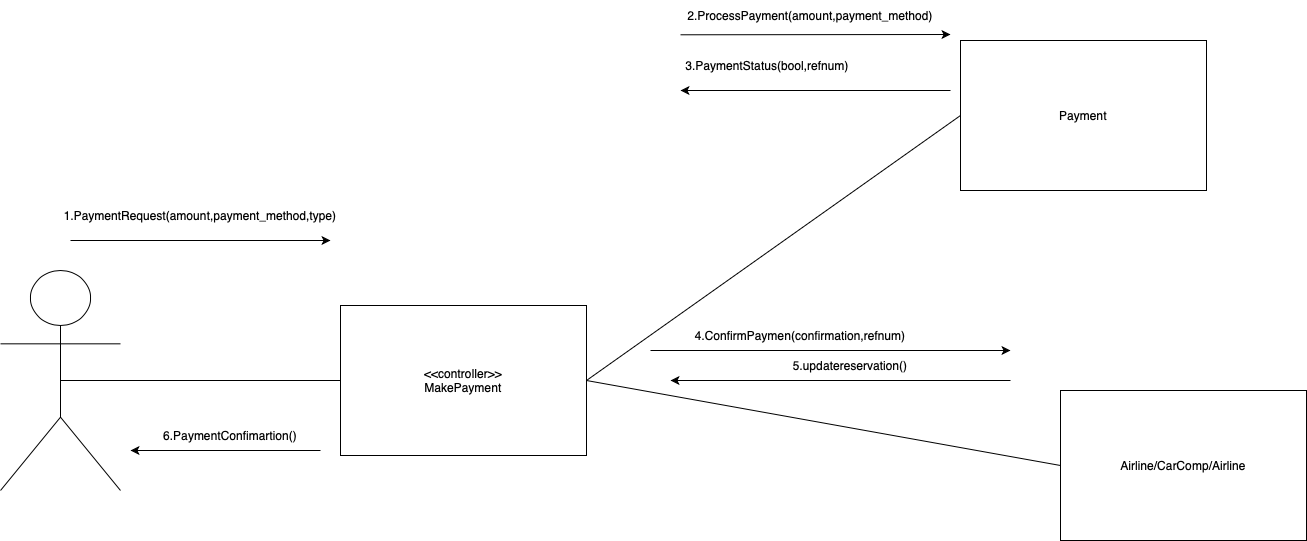
The draw.io diagram software engineering/deliverable 5/communication diagrams/makes payment.drawio.png in YousseFaltas/SW-Database-management, before a commit. Source tidied: cells renumbered, new cells last; positions are measured from the earlier drawing's top-left corner, leaving out a move shared by most shapes. The source it was exported from:
```xml
<mxGraphModel>
  <root>
    <mxCell id="0" />
    <mxCell id="1" parent="0" />
    <mxCell id="2" style="shape=umlActor;html=1;verticalLabelPosition=bottom;verticalAlign=top;align=center;" parent="1" vertex="1">
      <mxGeometry y="270" width="120" height="220" as="geometry" />
    </mxCell>
    <mxCell id="3" value="&amp;lt;&amp;lt;controller&amp;gt;&amp;gt;&lt;div&gt;MakePayment&lt;/div&gt;" style="rounded=0;whiteSpace=wrap;html=1;" parent="1" vertex="1">
      <mxGeometry x="340" y="305" width="246" height="150" as="geometry" />
    </mxCell>
    <mxCell id="4" value="Payment" style="rounded=0;whiteSpace=wrap;html=1;" parent="1" vertex="1">
      <mxGeometry x="960" y="40" width="246" height="150" as="geometry" />
    </mxCell>
    <mxCell id="5" value="Airline/CarComp/Airline" style="rounded=0;whiteSpace=wrap;html=1;" parent="1" vertex="1">
      <mxGeometry x="1060" y="390" width="246" height="150" as="geometry" />
    </mxCell>
    <mxCell id="6" style="endArrow=none;html=1;rounded=0;exitX=0.5;exitY=0.5;exitDx=0;exitDy=0;exitPerimeter=0;entryX=0;entryY=0.5;entryDx=0;entryDy=0;" parent="1" edge="1" source="2" target="3">
      <mxGeometry relative="1" as="geometry" />
    </mxCell>
    <mxCell id="7" style="endArrow=none;html=1;rounded=0;exitX=1;exitY=0.5;exitDx=0;exitDy=0;entryX=0;entryY=0.5;entryDx=0;entryDy=0;" parent="1" edge="1" source="3" target="4">
      <mxGeometry relative="1" as="geometry" />
    </mxCell>
    <mxCell id="8" style="endArrow=none;html=1;rounded=0;entryX=0;entryY=0.5;entryDx=0;entryDy=0;exitX=1;exitY=0.5;exitDx=0;exitDy=0;" parent="1" edge="1" source="3" target="5">
      <mxGeometry relative="1" as="geometry" />
    </mxCell>
    <mxCell id="9" style="endArrow=classic;html=1;rounded=0;" parent="1" edge="1">
      <mxGeometry relative="1" as="geometry">
        <mxPoint x="70" y="240" as="sourcePoint" />
        <mxPoint x="330" y="240" as="targetPoint" />
      </mxGeometry>
    </mxCell>
    <mxCell id="10" value="1.PaymentRequest(amount,payment_method,type)" style="text;html=1;align=center;verticalAlign=middle;whiteSpace=wrap;rounded=0;" parent="1" vertex="1">
      <mxGeometry x="170" y="200" width="60" height="30" as="geometry" />
    </mxCell>
    <mxCell id="11" value="2.ProcessPayment(amount,payment_method)" style="text;html=1;align=center;verticalAlign=middle;whiteSpace=wrap;rounded=0;" parent="1" vertex="1">
      <mxGeometry x="780" width="60" height="30" as="geometry" />
    </mxCell>
    <mxCell id="12" style="endArrow=classic;html=1;rounded=0;" parent="1" edge="1">
      <mxGeometry relative="1" as="geometry">
        <mxPoint x="680" y="34.3" as="sourcePoint" />
        <mxPoint x="950" y="34" as="targetPoint" />
      </mxGeometry>
    </mxCell>
    <mxCell id="13" style="endArrow=classic;html=1;rounded=0;" parent="1" edge="1">
      <mxGeometry relative="1" as="geometry">
        <mxPoint x="950" y="90" as="sourcePoint" />
        <mxPoint x="680" y="90" as="targetPoint" />
      </mxGeometry>
    </mxCell>
    <mxCell id="14" value="3.PaymentStatus(bool,refnum)" style="text;html=1;align=center;verticalAlign=middle;whiteSpace=wrap;rounded=0;" parent="1" vertex="1">
      <mxGeometry x="737" y="50" width="60" height="30" as="geometry" />
    </mxCell>
    <mxCell id="15" style="endArrow=classic;html=1;rounded=0;" parent="1" edge="1">
      <mxGeometry relative="1" as="geometry">
        <mxPoint x="650" y="350" as="sourcePoint" />
        <mxPoint x="1010" y="350" as="targetPoint" />
      </mxGeometry>
    </mxCell>
    <mxCell id="16" value="4.ConfirmPaymen(confirmation,refnum)" style="text;html=1;align=center;verticalAlign=middle;whiteSpace=wrap;rounded=0;" parent="1" vertex="1">
      <mxGeometry x="770" y="320" width="60" height="30" as="geometry" />
    </mxCell>
    <mxCell id="17" style="endArrow=classic;html=1;rounded=0;" parent="1" edge="1">
      <mxGeometry relative="1" as="geometry">
        <mxPoint x="1010" y="380" as="sourcePoint" />
        <mxPoint x="670" y="380" as="targetPoint" />
      </mxGeometry>
    </mxCell>
    <mxCell id="18" value="5.updatereservation()" style="text;html=1;align=center;verticalAlign=middle;whiteSpace=wrap;rounded=0;" parent="1" vertex="1">
      <mxGeometry x="820" y="350" width="60" height="30" as="geometry" />
    </mxCell>
    <mxCell id="19" style="endArrow=classic;html=1;rounded=0;" parent="1" edge="1">
      <mxGeometry relative="1" as="geometry">
        <mxPoint x="320" y="450" as="sourcePoint" />
        <mxPoint x="130" y="450" as="targetPoint" />
      </mxGeometry>
    </mxCell>
    <mxCell id="20" value="6.PaymentConfimartion()" style="text;html=1;align=center;verticalAlign=middle;whiteSpace=wrap;rounded=0;" parent="1" vertex="1">
      <mxGeometry x="200" y="420" width="60" height="30" as="geometry" />
    </mxCell>
  </root>
</mxGraphModel>
```
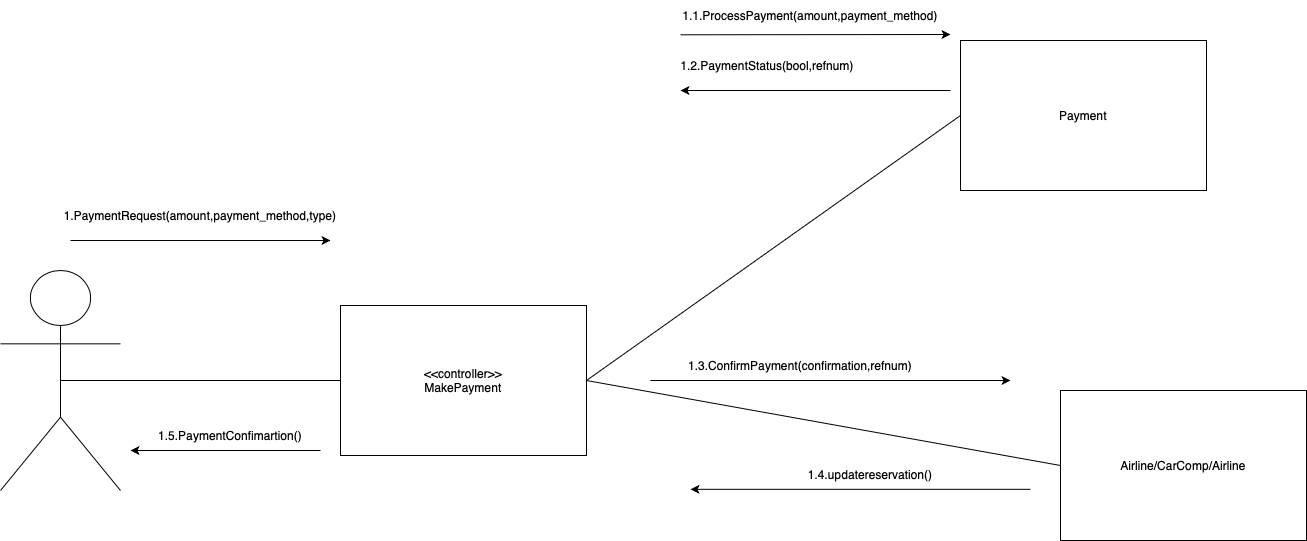
After the change.

The edit, as a diff of the source:
```diff
@@ -32,7 +32,7 @@
     <mxCell id="10" value="1.PaymentRequest(amount,payment_method,type)" style="text;html=1;align=center;verticalAlign=middle;whiteSpace=wrap;rounded=0;" parent="1" vertex="1">
       <mxGeometry x="170" y="200" width="60" height="30" as="geometry" />
     </mxCell>
-    <mxCell id="11" value="2.ProcessPayment(amount,payment_method)" style="text;html=1;align=center;verticalAlign=middle;whiteSpace=wrap;rounded=0;" parent="1" vertex="1">
+    <mxCell id="11" value="1.1.ProcessPayment(amount,payment_method)" style="text;html=1;align=center;verticalAlign=middle;whiteSpace=wrap;rounded=0;" parent="1" vertex="1">
       <mxGeometry x="780" width="60" height="30" as="geometry" />
     </mxCell>
     <mxCell id="12" style="endArrow=classic;html=1;rounded=0;" parent="1" edge="1">
@@ -47,26 +47,26 @@
         <mxPoint x="680" y="90" as="targetPoint" />
       </mxGeometry>
     </mxCell>
-    <mxCell id="14" value="3.PaymentStatus(bool,refnum)" style="text;html=1;align=center;verticalAlign=middle;whiteSpace=wrap;rounded=0;" parent="1" vertex="1">
+    <mxCell id="14" value="1.2.PaymentStatus(bool,refnum)" style="text;html=1;align=center;verticalAlign=middle;whiteSpace=wrap;rounded=0;" parent="1" vertex="1">
       <mxGeometry x="737" y="50" width="60" height="30" as="geometry" />
     </mxCell>
     <mxCell id="15" style="endArrow=classic;html=1;rounded=0;" parent="1" edge="1">
       <mxGeometry relative="1" as="geometry">
-        <mxPoint x="650" y="350" as="sourcePoint" />
-        <mxPoint x="1010" y="350" as="targetPoint" />
+        <mxPoint x="650" y="380" as="sourcePoint" />
+        <mxPoint x="1010" y="380" as="targetPoint" />
       </mxGeometry>
     </mxCell>
-    <mxCell id="16" value="4.ConfirmPaymen(confirmation,refnum)" style="text;html=1;align=center;verticalAlign=middle;whiteSpace=wrap;rounded=0;" parent="1" vertex="1">
-      <mxGeometry x="770" y="320" width="60" height="30" as="geometry" />
+    <mxCell id="16" value="1.3.ConfirmPayment(confirmation,refnum)" style="text;html=1;align=center;verticalAlign=middle;whiteSpace=wrap;rounded=0;" parent="1" vertex="1">
+      <mxGeometry x="770" y="350" width="60" height="30" as="geometry" />
     </mxCell>
     <mxCell id="17" style="endArrow=classic;html=1;rounded=0;" parent="1" edge="1">
       <mxGeometry relative="1" as="geometry">
-        <mxPoint x="1010" y="380" as="sourcePoint" />
-        <mxPoint x="670" y="380" as="targetPoint" />
+        <mxPoint x="1030" y="488.8" as="sourcePoint" />
+        <mxPoint x="690" y="488.8" as="targetPoint" />
       </mxGeometry>
     </mxCell>
-    <mxCell id="18" value="5.updatereservation()" style="text;html=1;align=center;verticalAlign=middle;whiteSpace=wrap;rounded=0;" parent="1" vertex="1">
-      <mxGeometry x="820" y="350" width="60" height="30" as="geometry" />
+    <mxCell id="18" value="1.4.updatereservation()" style="text;html=1;align=center;verticalAlign=middle;whiteSpace=wrap;rounded=0;" parent="1" vertex="1">
+      <mxGeometry x="840" y="458.8" width="60" height="30" as="geometry" />
     </mxCell>
     <mxCell id="19" style="endArrow=classic;html=1;rounded=0;" parent="1" edge="1">
       <mxGeometry relative="1" as="geometry">
@@ -74,7 +74,7 @@
         <mxPoint x="130" y="450" as="targetPoint" />
       </mxGeometry>
     </mxCell>
-    <mxCell id="20" value="6.PaymentConfimartion()" style="text;html=1;align=center;verticalAlign=middle;whiteSpace=wrap;rounded=0;" parent="1" vertex="1">
+    <mxCell id="20" value="1.5.PaymentConfimartion()" style="text;html=1;align=center;verticalAlign=middle;whiteSpace=wrap;rounded=0;" parent="1" vertex="1">
       <mxGeometry x="200" y="420" width="60" height="30" as="geometry" />
     </mxCell>
   </root>
```
